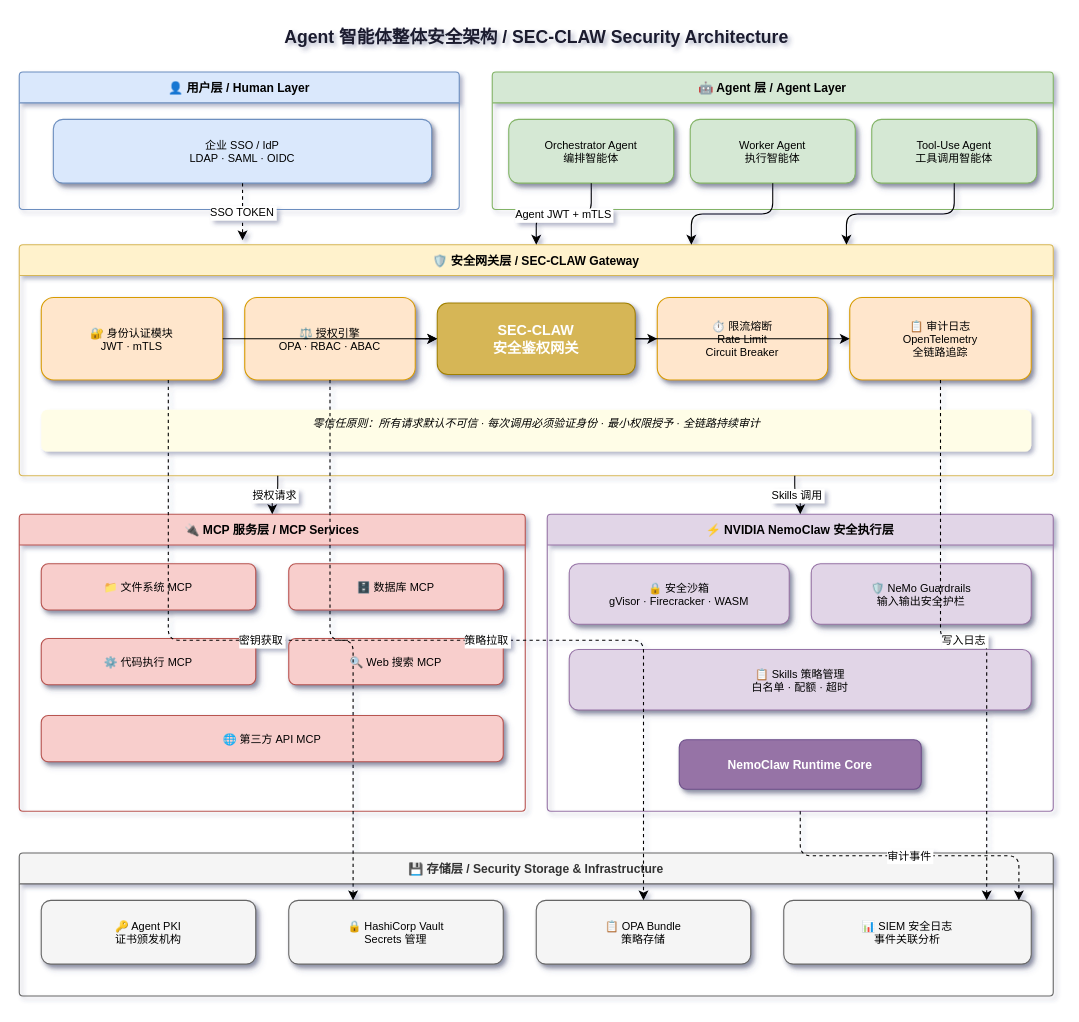
Before: prompt/未命名绘图.drawio in helloiss/ai_hub, a draw.io diagram. Source tidied: cells renumbered, new cells numbered last; positions are measured from the earlier drawing's top-left corner, leaving out a move shared by most shapes. Both pictures are drawn from the tidied source at 110%, with x=0, y=0 at pixel (19, 19).
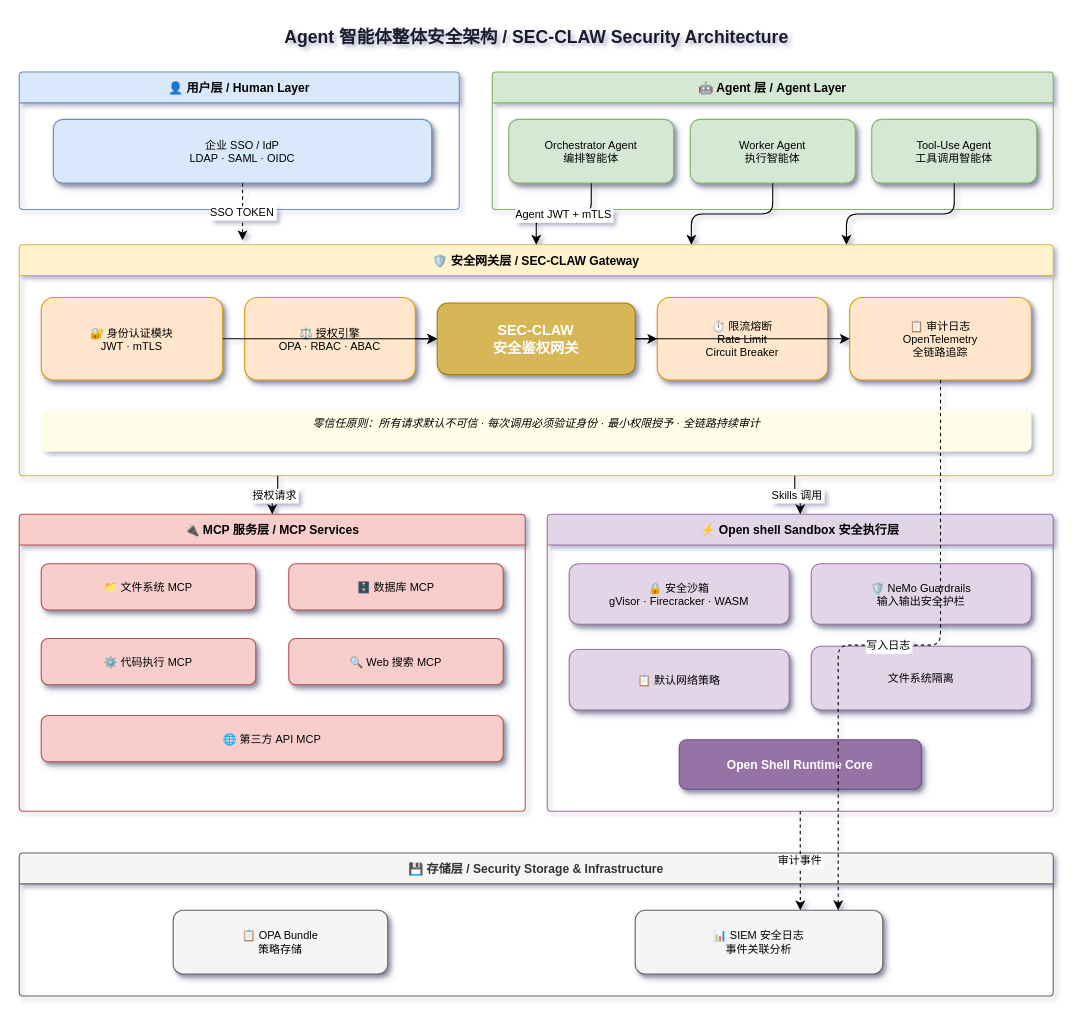
After the change.

The change refers to these unchanged cells:
```xml
<mxCell id="10" value="🔐 身份认证模块&#10;JWT · mTLS" style="rounded=1;whiteSpace=wrap;fillColor=#ffe6cc;strokeColor=#d79b00;fontSize=10;shadow=1;" parent="9" vertex="1">
  <mxGeometry x="20" y="48" width="165" height="75" as="geometry" />
</mxCell>
<mxCell id="11" value="⚖️ 授权引擎&#10;OPA · RBAC · ABAC" style="rounded=1;whiteSpace=wrap;fillColor=#ffe6cc;strokeColor=#d79b00;fontSize=10;shadow=1;" parent="9" vertex="1">
  <mxGeometry x="205" y="48" width="155" height="75" as="geometry" />
</mxCell>
<mxCell id="31" value="💾 存储层 / Security Storage &amp; Infrastructure" style="swimlane;startSize=28;fillColor=#f5f5f5;strokeColor=#666666;fontStyle=1;fontSize=11;rounded=1;arcSize=4;fontColor=#333333;" parent="1" vertex="1">
  <mxGeometry y="758" width="940" height="130" as="geometry" />
</mxCell>
```

Change to the diagram source:
```diff
@@
-    <mxCell id="26" value="⚡ NVIDIA NemoClaw 安全执行层" style="swimlane;startSize=28;fillColor=#e1d5e7;strokeColor=#9673a6;fontStyle=1;fontSize=11;rounded=1;arcSize=4;" parent="1" vertex="1">
+    <mxCell id="26" value="⚡ Open shell Sandbox 安全执行层" style="swimlane;startSize=28;fillColor=#e1d5e7;strokeColor=#9673a6;fontStyle=1;fontSize=11;rounded=1;arcSize=4;" parent="1" vertex="1">
       <mxGeometry x="480" y="450" width="460" height="270" as="geometry" />
     </mxCell>
@@
-    <mxCell id="29" value="📋 Skills 策略管理&#10;白名单 · 配额 · 超时" style="rounded=1;whiteSpace=wrap;fillColor=#e1d5e7;strokeColor=#9673a6;fontSize=10;shadow=1;" parent="26" vertex="1">
-      <mxGeometry x="20" y="123" width="420" height="55" as="geometry" />
+    <mxCell id="29" value="📋 默认网络策略" style="rounded=1;whiteSpace=wrap;fillColor=#e1d5e7;strokeColor=#9673a6;fontSize=10;shadow=1;" parent="26" vertex="1">
+      <mxGeometry x="20" y="123" width="200" height="55" as="geometry" />
     </mxCell>
-    <mxCell id="30" value="NemoClaw Runtime Core" style="rounded=1;whiteSpace=wrap;fillColor=#9673a6;strokeColor=#6d4f8a;fontColor=#ffffff;fontStyle=1;fontSize=11;shadow=1;" parent="26" vertex="1">
+    <mxCell id="30" value="Open Shell Runtime Core" style="rounded=1;whiteSpace=wrap;fillColor=#9673a6;strokeColor=#6d4f8a;fontColor=#ffffff;fontStyle=1;fontSize=11;shadow=1;" parent="26" vertex="1">
       <mxGeometry x="120" y="205" width="220" height="45" as="geometry" />
     </mxCell>
+    <mxCell id="46" value="文件系统隔离" style="whiteSpace=wrap;html=1;fontSize=10;fillColor=#e1d5e7;strokeColor=#9673a6;rounded=1;shadow=1;" parent="26" vertex="1">
+      <mxGeometry x="240" y="120" width="200" height="58" as="geometry" />
+    </mxCell>
@@
-    <mxCell id="32" value="🔑 Agent PKI&#10;证书颁发机构" style="rounded=1;whiteSpace=wrap;fillColor=#f5f5f5;strokeColor=#666666;fontSize=10;shadow=1;" parent="31" vertex="1">
-      <mxGeometry x="20" y="43" width="195" height="58" as="geometry" />
-    </mxCell>
-    <mxCell id="33" value="🔒 HashiCorp Vault&#10;Secrets 管理" style="rounded=1;whiteSpace=wrap;fillColor=#f5f5f5;strokeColor=#666666;fontSize=10;shadow=1;" parent="31" vertex="1">
-      <mxGeometry x="245" y="43" width="195" height="58" as="geometry" />
-    </mxCell>
     <mxCell id="34" value="📋 OPA Bundle&#10;策略存储" style="rounded=1;whiteSpace=wrap;fillColor=#f5f5f5;strokeColor=#666666;fontSize=10;shadow=1;" parent="31" vertex="1">
-      <mxGeometry x="470" y="43" width="195" height="58" as="geometry" />
+      <mxGeometry x="140" y="52" width="195" height="58" as="geometry" />
     </mxCell>
     <mxCell id="35" value="📊 SIEM 安全日志&#10;事件关联分析" style="rounded=1;whiteSpace=wrap;fillColor=#f5f5f5;strokeColor=#666666;fontSize=10;shadow=1;" parent="31" vertex="1">
-      <mxGeometry x="695" y="43" width="225" height="58" as="geometry" />
+      <mxGeometry x="560" y="52" width="225" height="58" as="geometry" />
     </mxCell>
@@
-    <mxCell id="42" value="密钥获取" style="edgeStyle=orthogonalEdgeStyle;fontSize=10;dashed=1;exitX=0.7;exitY=1;exitDx=0;exitDy=0;entryX=0.3;entryY=0;entryDx=0;entryDy=0;" parent="1" edge="1" source="10" target="33">
-      <mxGeometry relative="1" as="geometry" />
-    </mxCell>
-    <mxCell id="43" value="策略拉取" style="edgeStyle=orthogonalEdgeStyle;fontSize=10;dashed=1;exitX=0.5;exitY=1;exitDx=0;exitDy=0;entryX=0.5;entryY=0;entryDx=0;entryDy=0;" parent="1" edge="1" source="11" target="34">
-      <mxGeometry relative="1" as="geometry" />
-    </mxCell>
@@
-    <mxCell id="45" value="审计事件" style="edgeStyle=orthogonalEdgeStyle;fontSize=10;dashed=1;exitX=0.5;exitY=1;exitDx=0;exitDy=0;entryX=0.95;entryY=0;entryDx=0;entryDy=0;" parent="1" edge="1" source="26" target="35">
+    <mxCell id="45" value="审计事件" style="edgeStyle=orthogonalEdgeStyle;fontSize=10;dashed=1;exitX=0.5;exitY=1;exitDx=0;exitDy=0;entryX=0.667;entryY=0.001;entryDx=0;entryDy=0;entryPerimeter=0;" parent="1" edge="1" source="26" target="35">
       <mxGeometry relative="1" as="geometry" />
     </mxCell>
```
